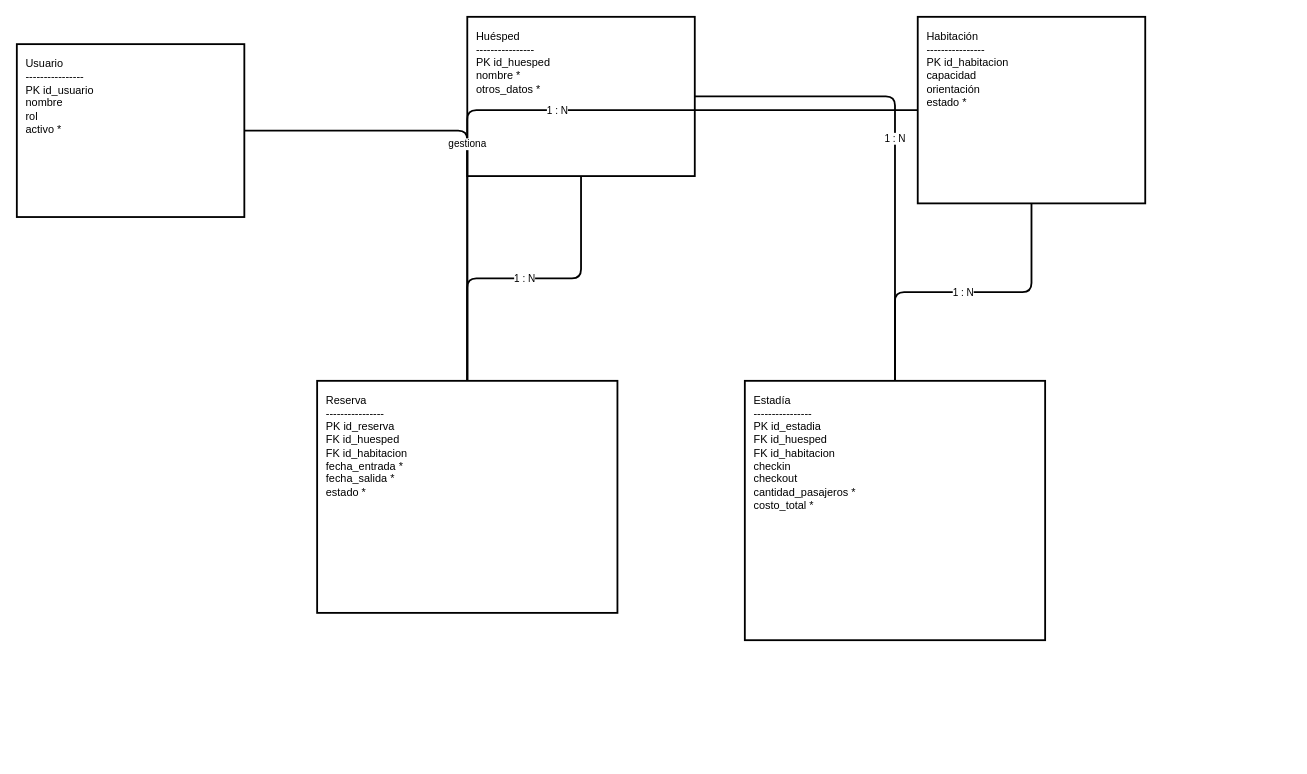
This is diagramas-editables/03-modelo-base-datos.drawio from Yutre3/diego, a draw.io file, before an edit. Source tidied: cells renumbered, new cells numbered last; positions are measured from the earlier drawing's top-left corner, leaving out a move shared by most shapes. Both pictures are drawn from the tidied source at 91%, with x=0, y=0 at pixel (16, 16).
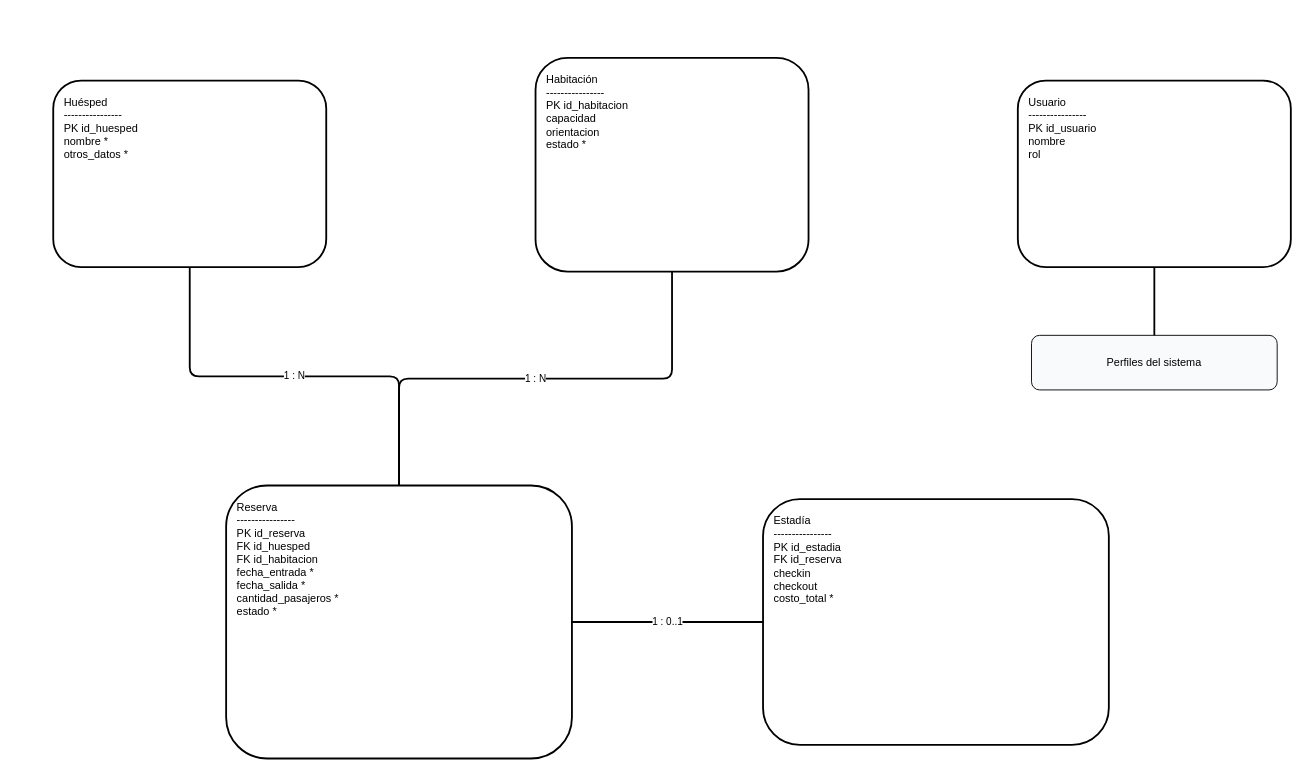
Above is the later version.

Commit message:
Actualizar fuente editable al modelo de datos simplificado

Change to the diagram source:
```diff
@@
 <mxGraphModel>
   <root>
     <mxCell id="0" />
     <mxCell id="1" parent="0" />
-    <mxCell id="2" value="Usuario&#10;----------------&#10;PK id_usuario&#10;nombre&#10;rol&#10;activo *" style="rounded=0;whiteSpace=wrap;html=1;strokeWidth=2;align=left;verticalAlign=top;spacing=10;" parent="1" vertex="1">
-      <mxGeometry y="30" width="250" height="190" as="geometry" />
-    </mxCell>
-    <mxCell id="3" value="Huésped&#10;----------------&#10;PK id_huesped&#10;nombre *&#10;otros_datos *" style="rounded=0;whiteSpace=wrap;html=1;strokeWidth=2;align=left;verticalAlign=top;spacing=10;" parent="1" vertex="1">
-      <mxGeometry x="495" width="250" height="175" as="geometry" />
+    <mxCell id="3" value="Huésped&#10;----------------&#10;PK id_huesped&#10;nombre *&#10;otros_datos *" style="rounded=1;whiteSpace=wrap;html=1;strokeWidth=2;align=left;verticalAlign=top;spacing=12;" parent="1" vertex="1">
+      <mxGeometry x="40" y="70" width="300" height="205" as="geometry" />
     </mxCell>
-    <mxCell id="4" value="Habitación&#10;----------------&#10;PK id_habitacion&#10;capacidad&#10;orientación&#10;estado *" style="rounded=0;whiteSpace=wrap;html=1;strokeWidth=2;align=left;verticalAlign=top;spacing=10;" parent="1" vertex="1">
-      <mxGeometry x="990" width="250" height="205" as="geometry" />
+    <mxCell id="4" value="Habitación&#10;----------------&#10;PK id_habitacion&#10;capacidad&#10;orientacion&#10;estado *" style="rounded=1;whiteSpace=wrap;html=1;strokeWidth=2;align=left;verticalAlign=top;spacing=12;" parent="1" vertex="1">
+      <mxGeometry x="570" y="45" width="300" height="235" as="geometry" />
     </mxCell>
+    <mxCell id="2" value="Usuario&#10;----------------&#10;PK id_usuario&#10;nombre&#10;rol" style="rounded=1;whiteSpace=wrap;html=1;strokeWidth=2;align=left;verticalAlign=top;spacing=12;" parent="1" vertex="1">
+      <mxGeometry x="1100" y="70" width="300" height="205" as="geometry" />
+    </mxCell>
-    <mxCell id="5" value="Reserva&#10;----------------&#10;PK id_reserva&#10;FK id_huesped&#10;FK id_habitacion&#10;fecha_entrada *&#10;fecha_salida *&#10;estado *" style="rounded=0;whiteSpace=wrap;html=1;strokeWidth=2;align=left;verticalAlign=top;spacing=10;" parent="1" vertex="1">
-      <mxGeometry x="330" y="400" width="330" height="255" as="geometry" />
+    <mxCell id="5" value="Reserva&#10;----------------&#10;PK id_reserva&#10;FK id_huesped&#10;FK id_habitacion&#10;fecha_entrada *&#10;fecha_salida *&#10;cantidad_pasajeros *&#10;estado *" style="rounded=1;whiteSpace=wrap;html=1;strokeWidth=2;align=left;verticalAlign=top;spacing=12;" parent="1" vertex="1">
+      <mxGeometry x="230" y="515" width="380" height="300" as="geometry" />
     </mxCell>
-    <mxCell id="6" value="Estadía&#10;----------------&#10;PK id_estadia&#10;FK id_huesped&#10;FK id_habitacion&#10;checkin&#10;checkout&#10;cantidad_pasajeros *&#10;costo_total *" style="rounded=0;whiteSpace=wrap;html=1;strokeWidth=2;align=left;verticalAlign=top;spacing=10;" parent="1" vertex="1">
-      <mxGeometry x="800" y="400" width="330" height="285" as="geometry" />
+    <mxCell id="6" value="Estadía&#10;----------------&#10;PK id_estadia&#10;FK id_reserva&#10;checkin&#10;checkout&#10;costo_total *" style="rounded=1;whiteSpace=wrap;html=1;strokeWidth=2;align=left;verticalAlign=top;spacing=12;" parent="1" vertex="1">
+      <mxGeometry x="820" y="530" width="380" height="270" as="geometry" />
     </mxCell>
     <mxCell id="7" value="1 : N" style="edgeStyle=orthogonalEdgeStyle;endArrow=none;html=1;strokeWidth=2;" parent="1" edge="1" source="3" target="5">
       <mxGeometry relative="1" as="geometry" />
     </mxCell>
-    <mxCell id="8" value="1 : N" style="edgeStyle=orthogonalEdgeStyle;endArrow=none;html=1;strokeWidth=2;" parent="1" edge="1" source="3" target="6">
+    <mxCell id="8" value="1 : N" style="edgeStyle=orthogonalEdgeStyle;endArrow=none;html=1;strokeWidth=2;" parent="1" edge="1" source="4" target="5">
       <mxGeometry relative="1" as="geometry" />
     </mxCell>
-    <mxCell id="9" value="1 : N" style="edgeStyle=orthogonalEdgeStyle;endArrow=none;html=1;strokeWidth=2;" parent="1" edge="1" source="4" target="5">
+    <mxCell id="9" value="1 : 0..1" style="edgeStyle=orthogonalEdgeStyle;endArrow=none;html=1;strokeWidth=2;" parent="1" edge="1" source="5" target="6">
       <mxGeometry relative="1" as="geometry" />
     </mxCell>
+    <mxCell id="12" value="Perfiles del sistema" style="rounded=1;whiteSpace=wrap;html=1;strokeWidth=1;fillColor=#f8fafb;" parent="1" vertex="1">
+      <mxGeometry x="1115" y="350" width="270" height="60" as="geometry" />
+    </mxCell>
-    <mxCell id="10" value="1 : N" style="edgeStyle=orthogonalEdgeStyle;endArrow=none;html=1;strokeWidth=2;" parent="1" edge="1" source="4" target="6">
+    <mxCell id="10" style="edgeStyle=orthogonalEdgeStyle;endArrow=none;html=1;strokeWidth=2;" parent="1" edge="1" source="2" target="12">
       <mxGeometry relative="1" as="geometry" />
     </mxCell>
-    <mxCell id="11" value="gestiona" style="edgeStyle=orthogonalEdgeStyle;endArrow=none;html=1;strokeWidth=2;" parent="1" edge="1" source="2" target="5">
-      <mxGeometry relative="1" as="geometry" />
-    </mxCell>
   </root>
 </mxGraphModel>
```
